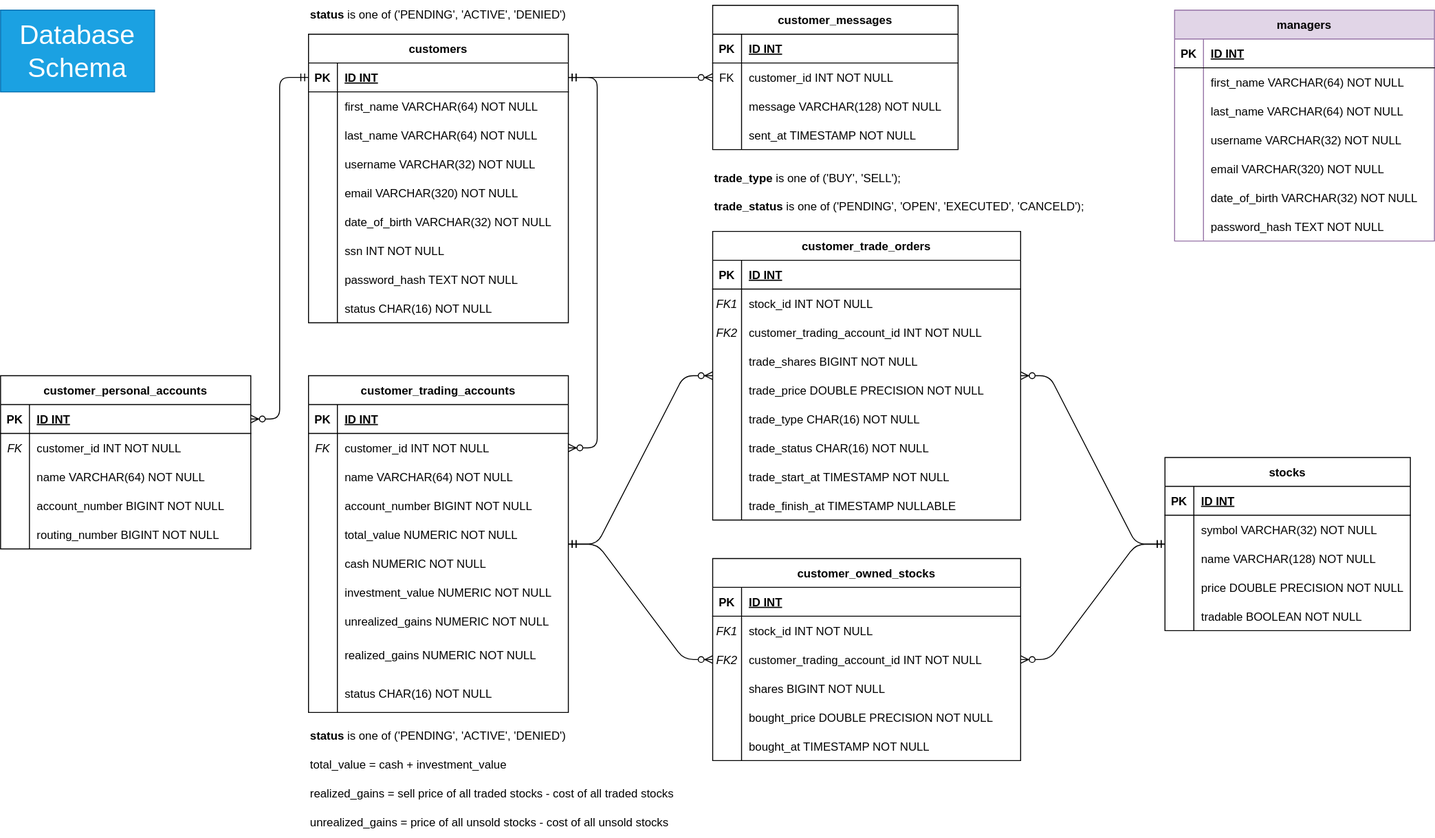
jwz16/cs611-stocktrade keeps this draw.io diagram as docs/DBSchema.svg. Above is the earlier version. Source tidied: cells renumbered, new cells last; positions are measured from the earlier drawing's top-left corner, leaving out a move shared by most shapes.
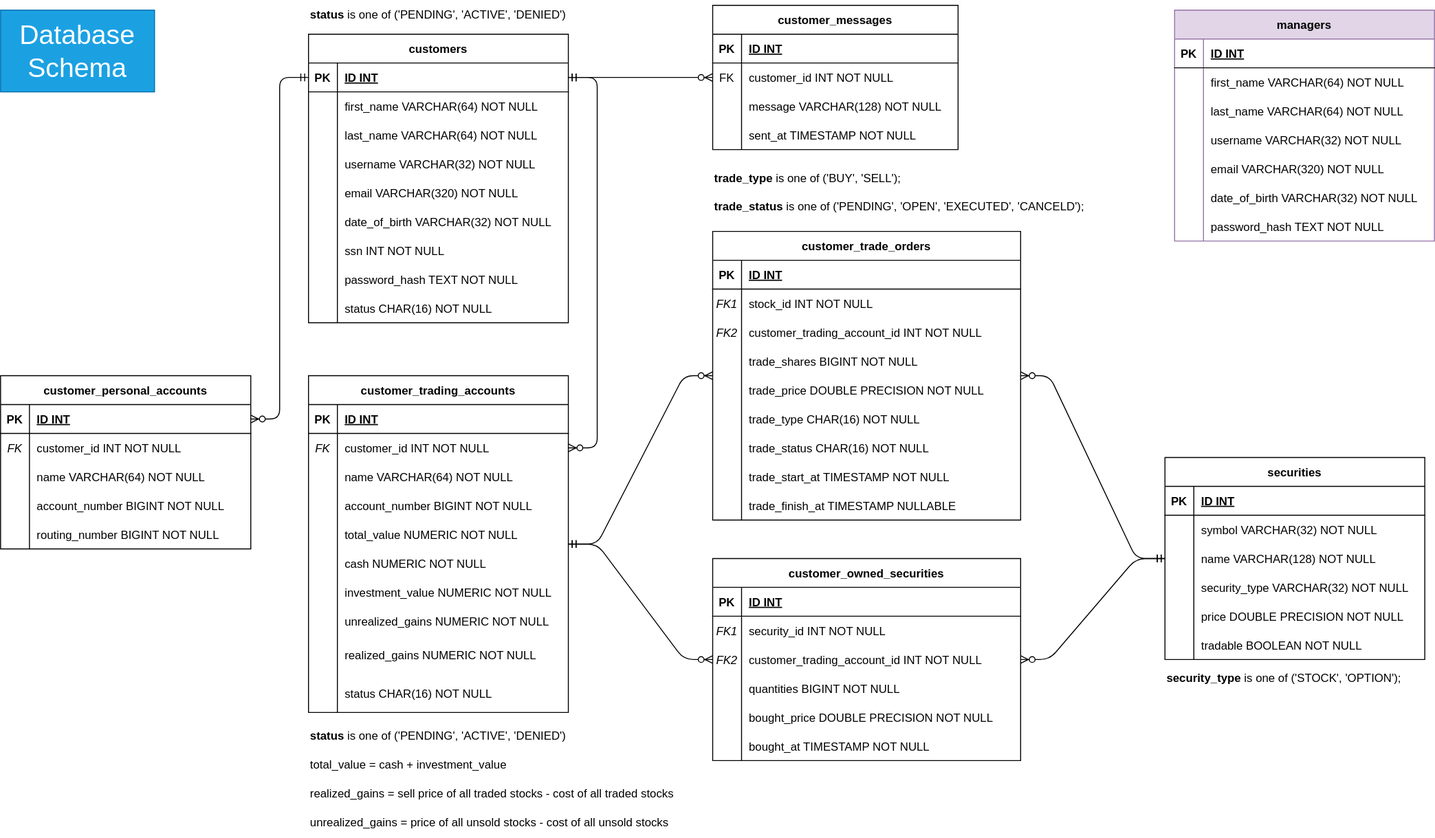
After the change.

The edit, as a diff of the source:
```diff
@@ -86,53 +86,62 @@
     <mxCell id="29" value="status CHAR(16) NOT NULL" style="shape=partialRectangle;fillColor=none;top=0;left=0;bottom=0;right=0;align=left;spacingLeft=6;overflow=hidden;sketch=0;" parent="27" vertex="1">
       <mxGeometry x="30" width="240" height="30" as="geometry" />
     </mxCell>
-    <mxCell id="30" value="stocks" style="shape=table;startSize=30;rowLines=0;fontStyle=1;align=center;sketch=0;" parent="1" vertex="1">
-      <mxGeometry x="1210" y="475" width="255" height="180" as="geometry" />
+    <mxCell id="30" value="securities" style="shape=table;startSize=30;rowLines=0;fontStyle=1;align=center;sketch=0;" parent="1" vertex="1">
+      <mxGeometry x="1210" y="475" width="270" height="210" as="geometry" />
     </mxCell>
     <mxCell id="31" style="shape=tableRow;horizontal=0;startSize=0;swimlaneHead=0;swimlaneBody=0;fillColor=none;top=0;left=0;right=0;bottom=1;sketch=0;" parent="30" vertex="1">
-      <mxGeometry y="30" width="255" height="30" as="geometry" />
+      <mxGeometry y="30" width="270" height="30" as="geometry" />
     </mxCell>
     <mxCell id="32" value="PK" style="shape=partialRectangle;fillColor=none;top=0;left=0;bottom=0;right=0;fontStyle=1;overflow=hidden;sketch=0;" parent="31" vertex="1">
       <mxGeometry width="30" height="30" as="geometry" />
     </mxCell>
     <mxCell id="33" value="ID INT" style="shape=partialRectangle;fillColor=none;top=0;left=0;bottom=0;right=0;align=left;spacingLeft=6;fontStyle=5;overflow=hidden;sketch=0;" parent="31" vertex="1">
-      <mxGeometry x="30" width="225" height="30" as="geometry" />
+      <mxGeometry x="30" width="240" height="30" as="geometry" />
     </mxCell>
     <mxCell id="34" style="shape=tableRow;horizontal=0;startSize=0;swimlaneHead=0;swimlaneBody=0;fillColor=none;top=0;left=0;right=0;bottom=0;sketch=0;" parent="30" vertex="1">
-      <mxGeometry y="60" width="255" height="30" as="geometry" />
+      <mxGeometry y="60" width="270" height="30" as="geometry" />
     </mxCell>
     <mxCell id="35" style="shape=partialRectangle;fillColor=none;top=0;left=0;bottom=0;right=0;overflow=hidden;sketch=0;" parent="34" vertex="1">
       <mxGeometry width="30" height="30" as="geometry" />
     </mxCell>
     <mxCell id="36" value="symbol VARCHAR(32) NOT NULL" style="shape=partialRectangle;fillColor=none;top=0;left=0;bottom=0;right=0;align=left;spacingLeft=6;overflow=hidden;sketch=0;" parent="34" vertex="1">
-      <mxGeometry x="30" width="225" height="30" as="geometry" />
+      <mxGeometry x="30" width="240" height="30" as="geometry" />
     </mxCell>
     <mxCell id="37" style="shape=tableRow;horizontal=0;startSize=0;swimlaneHead=0;swimlaneBody=0;fillColor=none;top=0;left=0;right=0;bottom=0;sketch=0;" parent="30" vertex="1">
-      <mxGeometry y="90" width="255" height="30" as="geometry" />
+      <mxGeometry y="90" width="270" height="30" as="geometry" />
     </mxCell>
     <mxCell id="38" style="shape=partialRectangle;fillColor=none;top=0;left=0;bottom=0;right=0;overflow=hidden;sketch=0;" parent="37" vertex="1">
       <mxGeometry width="30" height="30" as="geometry" />
     </mxCell>
     <mxCell id="39" value="name VARCHAR(128) NOT NULL" style="shape=partialRectangle;fillColor=none;top=0;left=0;bottom=0;right=0;align=left;spacingLeft=6;overflow=hidden;sketch=0;" parent="37" vertex="1">
-      <mxGeometry x="30" width="225" height="30" as="geometry" />
+      <mxGeometry x="30" width="240" height="30" as="geometry" />
     </mxCell>
+    <mxCell id="190" style="shape=tableRow;horizontal=0;startSize=0;swimlaneHead=0;swimlaneBody=0;fillColor=none;top=0;left=0;right=0;bottom=0;sketch=0;" parent="30" vertex="1">
+      <mxGeometry y="120" width="270" height="30" as="geometry" />
+    </mxCell>
+    <mxCell id="191" style="shape=partialRectangle;fillColor=none;top=0;left=0;bottom=0;right=0;overflow=hidden;sketch=0;" parent="190" vertex="1">
+      <mxGeometry width="30" height="30" as="geometry" />
+    </mxCell>
+    <mxCell id="192" value="security_type VARCHAR(32) NOT NULL" style="shape=partialRectangle;fillColor=none;top=0;left=0;bottom=0;right=0;align=left;spacingLeft=6;overflow=hidden;sketch=0;" parent="190" vertex="1">
+      <mxGeometry x="30" width="240" height="30" as="geometry" />
+    </mxCell>
     <mxCell id="40" style="shape=tableRow;horizontal=0;startSize=0;swimlaneHead=0;swimlaneBody=0;fillColor=none;top=0;left=0;right=0;bottom=0;sketch=0;" parent="30" vertex="1">
-      <mxGeometry y="120" width="255" height="30" as="geometry" />
+      <mxGeometry y="150" width="270" height="30" as="geometry" />
     </mxCell>
     <mxCell id="41" style="shape=partialRectangle;fillColor=none;top=0;left=0;bottom=0;right=0;overflow=hidden;sketch=0;" parent="40" vertex="1">
       <mxGeometry width="30" height="30" as="geometry" />
     </mxCell>
     <mxCell id="42" value="price DOUBLE PRECISION NOT NULL" style="shape=partialRectangle;fillColor=none;top=0;left=0;bottom=0;right=0;align=left;spacingLeft=6;overflow=hidden;sketch=0;" parent="40" vertex="1">
-      <mxGeometry x="30" width="225" height="30" as="geometry" />
+      <mxGeometry x="30" width="240" height="30" as="geometry" />
     </mxCell>
     <mxCell id="43" style="shape=tableRow;horizontal=0;startSize=0;swimlaneHead=0;swimlaneBody=0;fillColor=none;top=0;left=0;right=0;bottom=0;sketch=0;" parent="30" vertex="1">
-      <mxGeometry y="150" width="255" height="30" as="geometry" />
+      <mxGeometry y="180" width="270" height="30" as="geometry" />
     </mxCell>
     <mxCell id="44" style="shape=partialRectangle;fillColor=none;top=0;left=0;bottom=0;right=0;overflow=hidden;sketch=0;" parent="43" vertex="1">
       <mxGeometry width="30" height="30" as="geometry" />
     </mxCell>
     <mxCell id="45" value="tradable BOOLEAN NOT NULL" style="shape=partialRectangle;fillColor=none;top=0;left=0;bottom=0;right=0;align=left;spacingLeft=6;overflow=hidden;sketch=0;" parent="43" vertex="1">
-      <mxGeometry x="30" width="225" height="30" as="geometry" />
+      <mxGeometry x="30" width="240" height="30" as="geometry" />
     </mxCell>
     <mxCell id="46" value="customer_trading_accounts" style="shape=table;startSize=30;rowLines=0;fontStyle=1;align=center;sketch=0;" parent="1" vertex="1">
       <mxGeometry x="320" y="390" width="270" height="350" as="geometry" />
@@ -227,7 +236,7 @@
     <mxCell id="76" value="status CHAR(16) NOT NULL" style="shape=partialRectangle;fillColor=none;top=0;left=0;bottom=0;right=0;align=left;spacingLeft=6;overflow=hidden;sketch=0;" parent="74" vertex="1">
       <mxGeometry x="30" width="240" height="40" as="geometry" />
     </mxCell>
-    <mxCell id="77" value="customer_owned_stocks" style="shape=table;startSize=30;rowLines=0;fontStyle=1;align=center;sketch=0;" parent="1" vertex="1">
+    <mxCell id="77" value="customer_owned_securities" style="shape=table;startSize=30;rowLines=0;fontStyle=1;align=center;sketch=0;" parent="1" vertex="1">
       <mxGeometry x="740" y="580" width="320" height="210" as="geometry" />
     </mxCell>
     <mxCell id="78" style="shape=tableRow;horizontal=0;startSize=0;swimlaneHead=0;swimlaneBody=0;fillColor=none;top=0;left=0;right=0;bottom=1;sketch=0;" parent="77" vertex="1">
@@ -245,7 +254,7 @@
     <mxCell id="82" value="FK1" style="shape=partialRectangle;fillColor=none;top=0;left=0;bottom=0;right=0;overflow=hidden;sketch=0;fontStyle=2;" parent="81" vertex="1">
       <mxGeometry width="30" height="30" as="geometry" />
     </mxCell>
-    <mxCell id="83" value="stock_id INT NOT NULL" style="shape=partialRectangle;fillColor=none;top=0;left=0;bottom=0;right=0;align=left;spacingLeft=6;overflow=hidden;sketch=0;" parent="81" vertex="1">
+    <mxCell id="83" value="security_id INT NOT NULL" style="shape=partialRectangle;fillColor=none;top=0;left=0;bottom=0;right=0;align=left;spacingLeft=6;overflow=hidden;sketch=0;" parent="81" vertex="1">
       <mxGeometry x="30" width="290" height="30" as="geometry" />
     </mxCell>
     <mxCell id="84" style="shape=tableRow;horizontal=0;startSize=0;swimlaneHead=0;swimlaneBody=0;fillColor=none;top=0;left=0;right=0;bottom=0;sketch=0;" parent="77" vertex="1">
@@ -263,7 +272,7 @@
     <mxCell id="88" style="shape=partialRectangle;fillColor=none;top=0;left=0;bottom=0;right=0;overflow=hidden;sketch=0;" parent="87" vertex="1">
       <mxGeometry width="30" height="30" as="geometry" />
     </mxCell>
-    <mxCell id="89" value="shares BIGINT NOT NULL" style="shape=partialRectangle;fillColor=none;top=0;left=0;bottom=0;right=0;align=left;spacingLeft=6;overflow=hidden;sketch=0;" parent="87" vertex="1">
+    <mxCell id="89" value="quantities BIGINT NOT NULL" style="shape=partialRectangle;fillColor=none;top=0;left=0;bottom=0;right=0;align=left;spacingLeft=6;overflow=hidden;sketch=0;" parent="87" vertex="1">
       <mxGeometry x="30" width="290" height="30" as="geometry" />
     </mxCell>
     <mxCell id="90" style="shape=tableRow;horizontal=0;startSize=0;swimlaneHead=0;swimlaneBody=0;fillColor=none;top=0;left=0;right=0;bottom=0;sketch=0;" parent="77" vertex="1">
@@ -566,5 +575,8 @@
     <mxCell id="189" value="password_hash TEXT NOT NULL" style="shape=partialRectangle;fillColor=none;top=0;left=0;bottom=0;right=0;align=left;spacingLeft=6;overflow=hidden;sketch=0;" parent="187" vertex="1">
       <mxGeometry x="30" width="240" height="30" as="geometry" />
     </mxCell>
+    <mxCell id="193" value="&lt;b&gt;security_type &lt;/b&gt;is one of ('STOCK', 'OPTION');" style="text;html=1;align=left;verticalAlign=middle;strokeColor=none;fillColor=none;" parent="1" vertex="1">
+      <mxGeometry x="1210" y="690" width="270" height="30" as="geometry" />
+    </mxCell>
   </root>
 </mxGraphModel>
```
